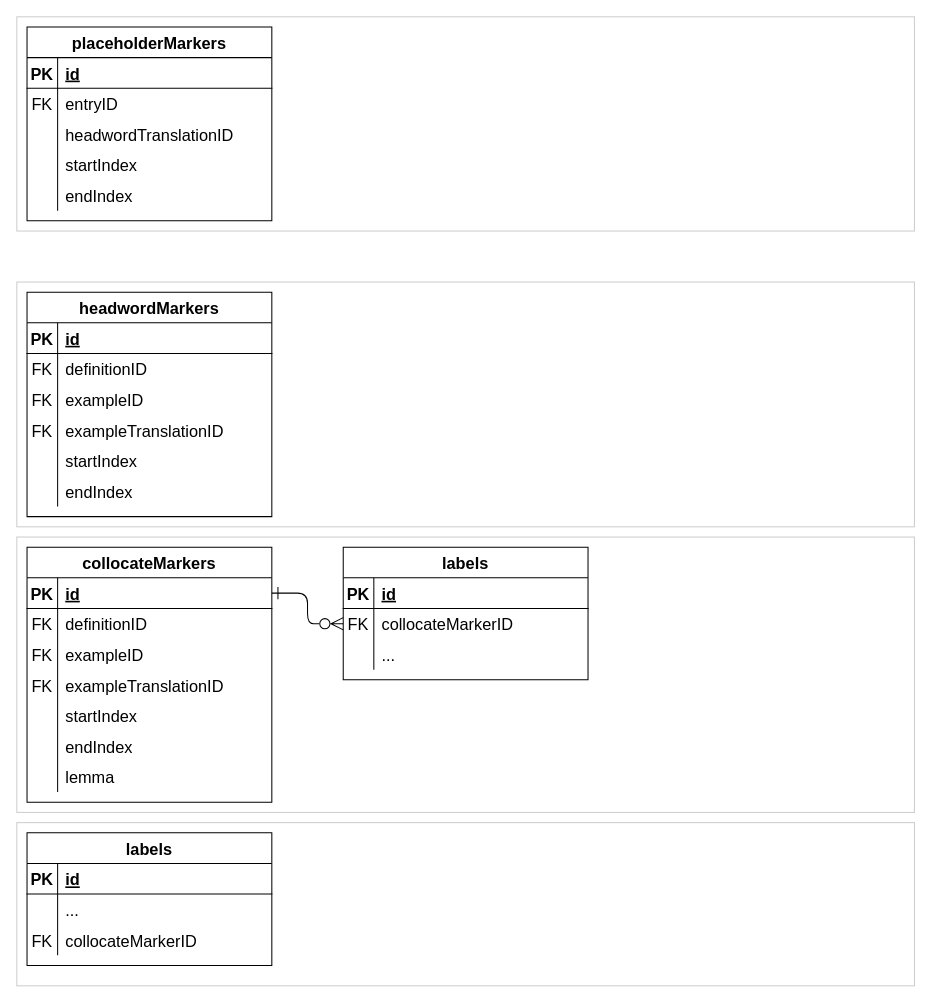
Above: dmlex-v1.0/specification/modules/annotation/databaseDiagrams/diagrams.drawio in oasis-tcs/lexidma (draw.io), before the change. Source tidied: cells renumbered, new cells numbered last; positions are measured from the earlier drawing's top-left corner, leaving out a move shared by most shapes. Both pictures are drawn from the tidied source at 102%, with x=0, y=0 at pixel (16, 16).
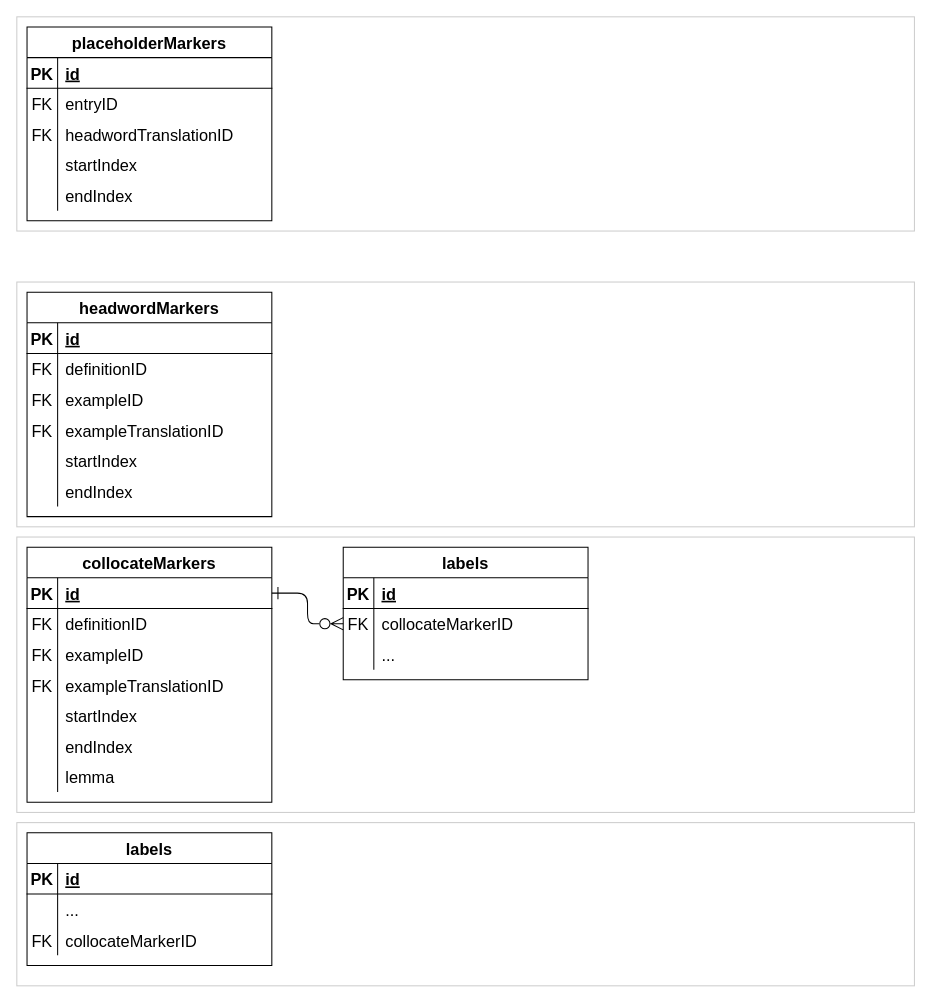
Above is the later version.

The change refers to these unchanged cells:
```xml
<mxCell id="12" style="shape=tableRow;horizontal=0;startSize=0;swimlaneHead=0;swimlaneBody=0;fillColor=none;top=0;left=0;right=0;bottom=0;fontSize=16;" parent="5" vertex="1">
  <mxGeometry y="90" width="240" height="30" as="geometry" />
</mxCell>
```

What changed in the source:
```diff
@@
-    <mxCell id="13" style="shape=partialRectangle;fillColor=none;top=0;left=0;bottom=0;right=0;overflow=hidden;fontSize=16;" parent="12" vertex="1">
+    <mxCell id="13" value="FK" style="shape=partialRectangle;fillColor=none;top=0;left=0;bottom=0;right=0;overflow=hidden;fontSize=16;" parent="12" vertex="1">
       <mxGeometry width="30" height="30" as="geometry" />
     </mxCell>
```
